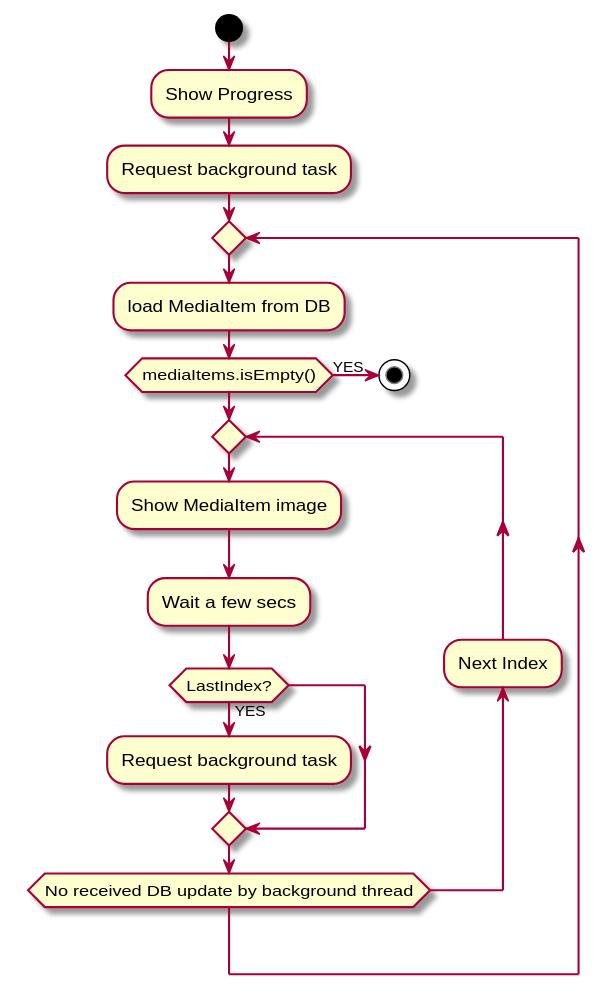
Earlier version of the PlantUML export uml/main/activity_diagram_main_ui.svg (sallyluenoa/PhotoSlideShow).
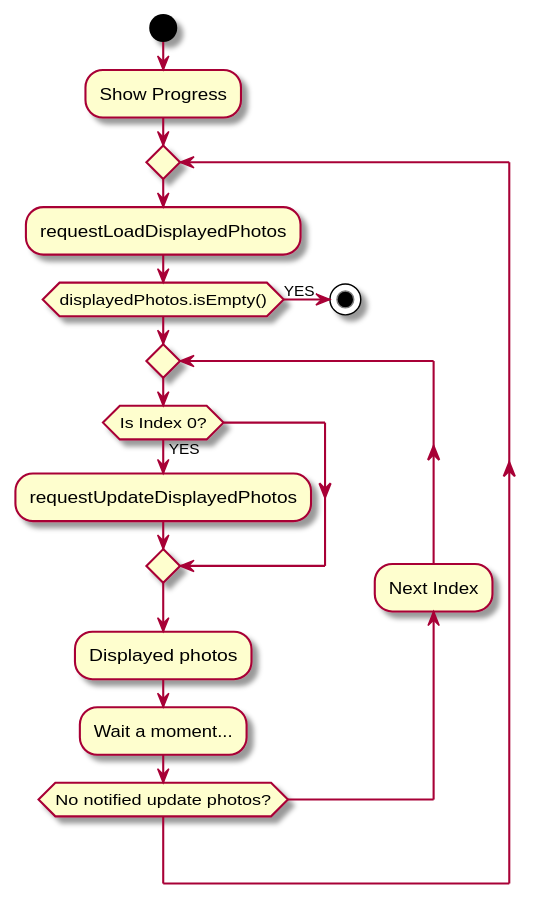
The same diagram one commit later.

Commit message:
Write UML for design #13

Diff of the diagram source:
```diff
@@ -2,25 +2,24 @@
 start
 
 :Show Progress;
-:Request background task;
 
 repeat
-  :load MediaItem from DB;
+  :requestLoadDisplayedPhotos;
 
-  if (mediaItems.isEmpty()) then (YES)
+  if (displayedPhotos.isEmpty()) then (YES)
     stop
   endif
 
   repeat
-    :Show MediaItem image;
-    :Wait a few secs;
-
-    if (LastIndex?) then (YES)
-      :Request background task;
+    if (Is Index 0?) then (YES)
+      :requestUpdateDisplayedPhotos;
     endif
 
+    :Displayed photos;
+    :Wait a moment...;
+
     backward:Next Index;
-  repeat while (No received DB update by background thread)
+  repeat while (No notified update photos?)
 
 repeat while
 @enduml
```
